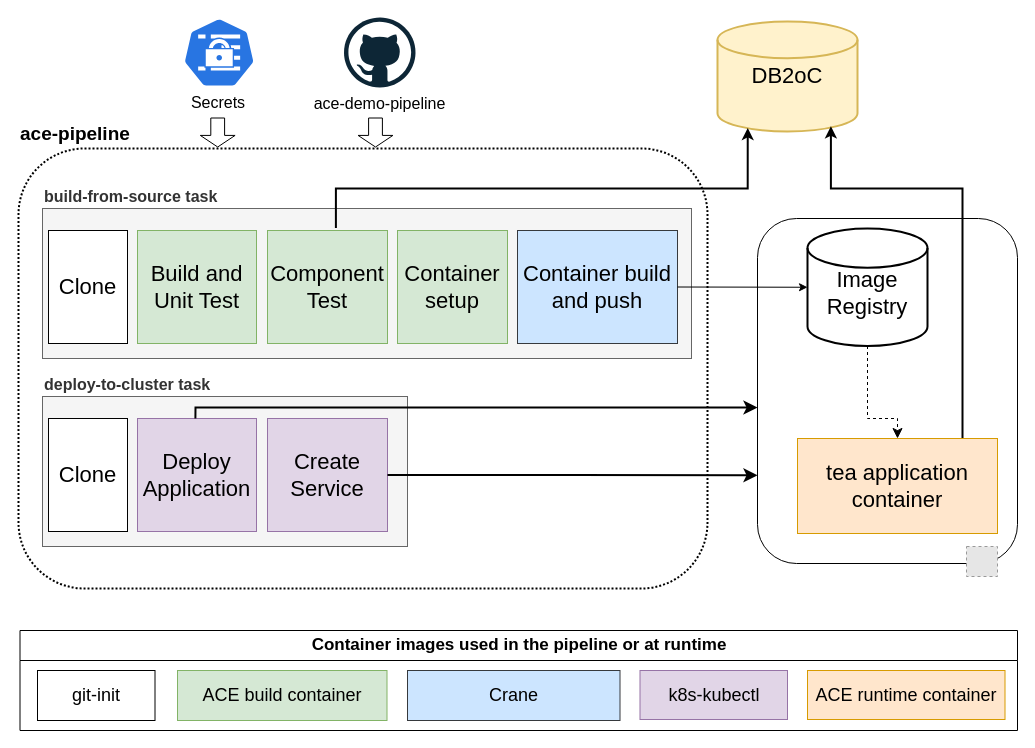
Earlier version of the draw.io diagram demo-infrastructure/images/tekton-pipeline.drawio (ot4i/ace-demo-pipeline). Source tidied: cells renumbered, new cells numbered last; positions are measured from the earlier drawing's top-left corner, leaving out a move shared by most shapes. Both pictures are drawn from the tidied source at 100%, with x=0, y=0 at pixel (18, 17). Pictures stored in the file or linked from it are replaced by grey dashed boxes.
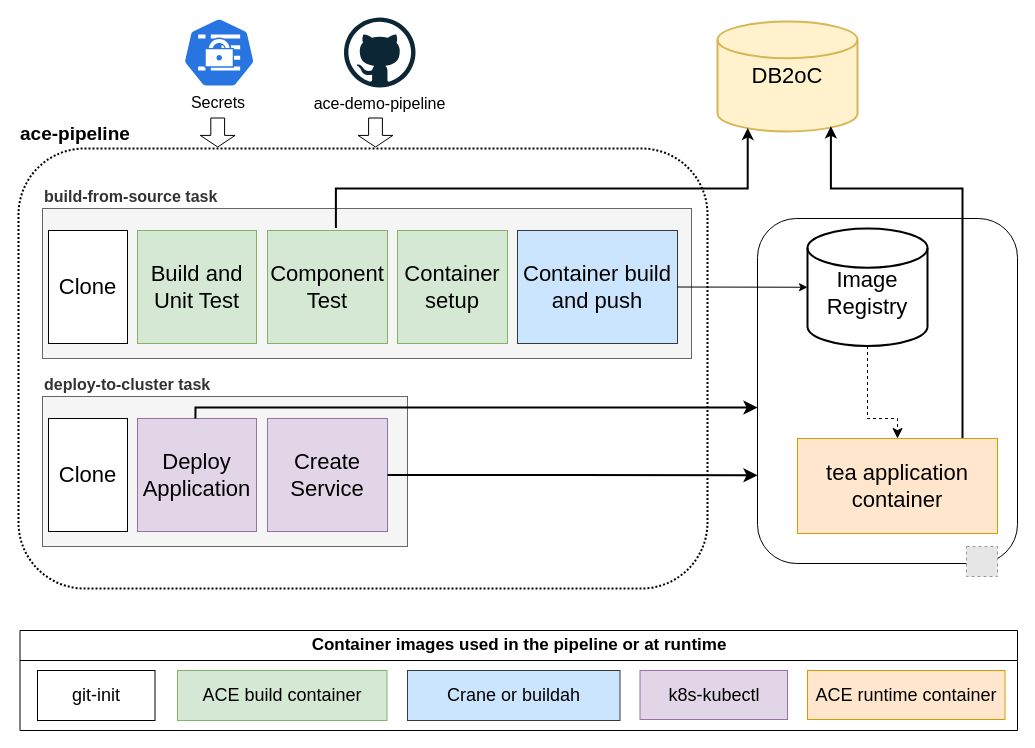
After the change.

Unchanged cells that the change refers to:
```xml
<mxCell id="23" value="Container images used in the pipeline or at runtime" style="swimlane;whiteSpace=wrap;html=1;startSize=30;fontSize=17;" parent="1" vertex="1">
  <mxGeometry x="1.5" y="613" width="997.5" height="100" as="geometry" />
</mxCell>
```

The edit, as a diff of the source:
```diff
@@
-    <mxCell id="26" value="Crane" style="rounded=0;whiteSpace=wrap;html=1;fontSize=18;fillColor=#cce5ff;strokeColor=#36393d;" parent="23" vertex="1">
+    <mxCell id="26" value="Crane or buildah" style="rounded=0;whiteSpace=wrap;html=1;fontSize=18;fillColor=#cce5ff;strokeColor=#36393d;" parent="23" vertex="1">
       <mxGeometry x="387.5" y="40" width="212.5" height="50" as="geometry" />
     </mxCell>
```
